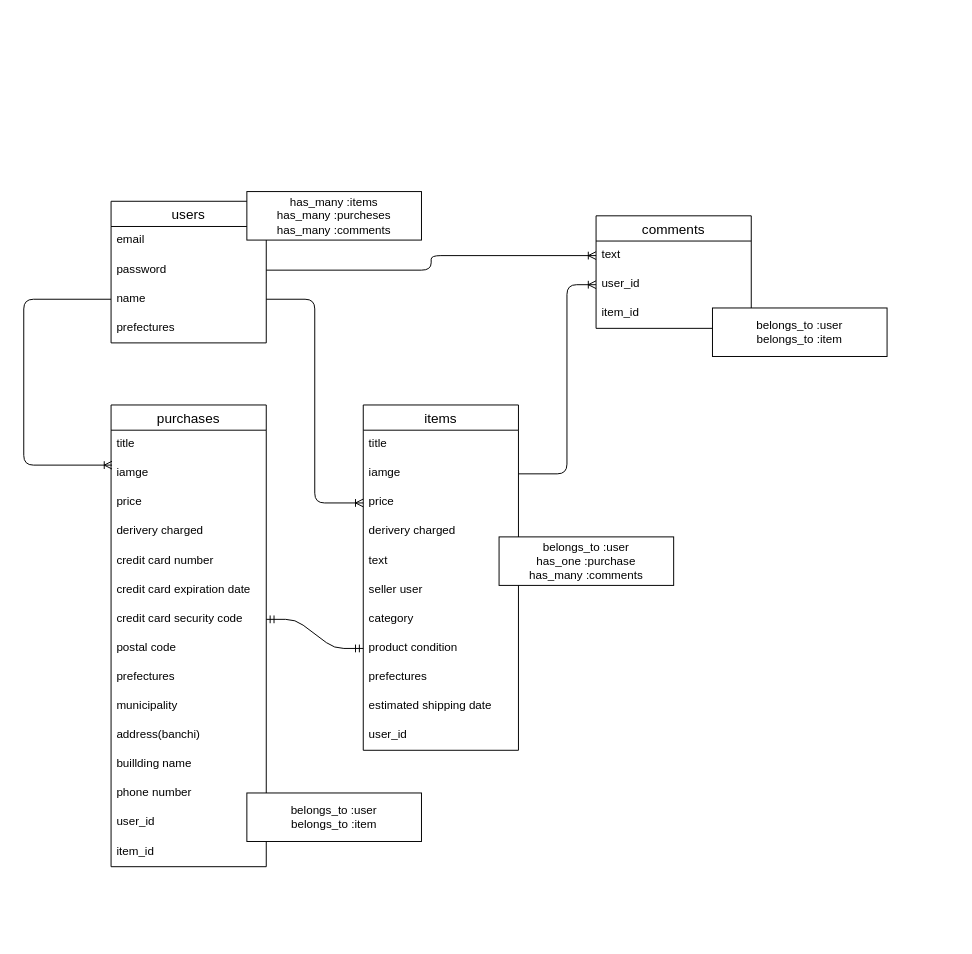
Above: ER.dio in onouchi/furima-34266 (draw.io), before the change. Source tidied: cells renumbered, new cells numbered last; positions are measured from the earlier drawing's top-left corner, leaving out a move shared by most shapes. Both pictures are drawn from the tidied source at 97%, with x=0, y=0 at pixel (23, 191).
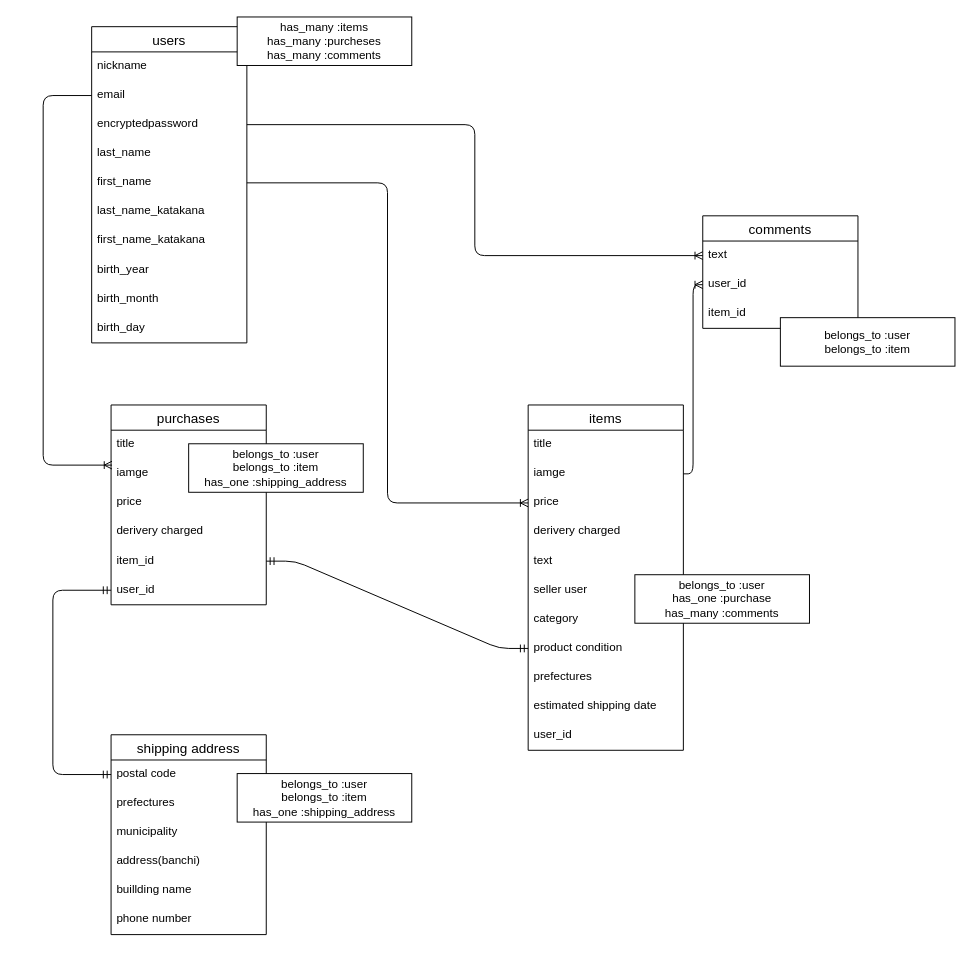
The same page after the edit.

Commit message (it also covers changes not shown here):
テーブル設計 3

Unchanged cells that the change refers to:
```xml
<mxCell id="9" value="iamge&#10;" style="text;strokeColor=none;fillColor=none;spacingLeft=4;spacingRight=4;overflow=hidden;points=[[0,0.5],[1,0.5]];portConstraint=eastwest;fontSize=12;" parent="7" vertex="1">
  <mxGeometry y="56" width="160" height="30" as="geometry" />
</mxCell>
<mxCell id="10" value="price&#10;" style="text;strokeColor=none;fillColor=none;spacingLeft=4;spacingRight=4;overflow=hidden;points=[[0,0.5],[1,0.5]];portConstraint=eastwest;fontSize=12;" parent="7" vertex="1">
  <mxGeometry y="86" width="160" height="30" as="geometry" />
</mxCell>
<mxCell id="15" value="product condition" style="text;strokeColor=none;fillColor=none;spacingLeft=4;spacingRight=4;overflow=hidden;points=[[0,0.5],[1,0.5]];portConstraint=eastwest;fontSize=12;" parent="7" vertex="1">
  <mxGeometry y="236" width="160" height="30" as="geometry" />
</mxCell>
<mxCell id="21" value="iamge&#10;" style="text;strokeColor=none;fillColor=none;spacingLeft=4;spacingRight=4;overflow=hidden;points=[[0,0.5],[1,0.5]];portConstraint=eastwest;fontSize=12;" parent="19" vertex="1">
  <mxGeometry y="56" width="160" height="30" as="geometry" />
</mxCell>
<mxCell id="40" value="user_id" style="text;strokeColor=none;fillColor=none;spacingLeft=4;spacingRight=4;overflow=hidden;points=[[0,0.5],[1,0.5]];portConstraint=eastwest;fontSize=12;" parent="38" vertex="1">
  <mxGeometry y="56" width="160" height="30" as="geometry" />
</mxCell>
```

Change to the diagram source:
```diff
@@
     <mxCell id="2" value="users" style="swimlane;fontStyle=0;horizontal=1;startSize=26;align=center;fontSize=14;" parent="1" vertex="1">
-      <mxGeometry x="90" y="10" width="160" height="146" as="geometry" />
+      <mxGeometry x="70" y="-170" width="160" height="326" as="geometry" />
     </mxCell>
+    <mxCell id="5" value="nickname" style="text;strokeColor=none;fillColor=none;spacingLeft=4;spacingRight=4;overflow=hidden;points=[[0,0.5],[1,0.5]];portConstraint=eastwest;fontSize=12;" parent="2" vertex="1">
+      <mxGeometry y="26" width="160" height="30" as="geometry" />
+    </mxCell>
     <mxCell id="3" value="email" style="text;strokeColor=none;fillColor=none;spacingLeft=4;spacingRight=4;overflow=hidden;points=[[0,0.5],[1,0.5]];portConstraint=eastwest;fontSize=12;" parent="2" vertex="1">
-      <mxGeometry y="26" width="160" height="30" as="geometry" />
+      <mxGeometry y="56" width="160" height="30" as="geometry" />
     </mxCell>
-    <mxCell id="4" value="password" style="text;strokeColor=none;fillColor=none;spacingLeft=4;spacingRight=4;overflow=hidden;points=[[0,0.5],[1,0.5]];portConstraint=eastwest;fontSize=12;" parent="2" vertex="1">
-      <mxGeometry y="56" width="160" height="30" as="geometry" />
+    <mxCell id="4" value="encryptedpassword" style="text;strokeColor=none;fillColor=none;spacingLeft=4;spacingRight=4;overflow=hidden;points=[[0,0.5],[1,0.5]];portConstraint=eastwest;fontSize=12;" parent="2" vertex="1">
+      <mxGeometry y="86" width="160" height="30" as="geometry" />
     </mxCell>
-    <mxCell id="5" value="name" style="text;strokeColor=none;fillColor=none;spacingLeft=4;spacingRight=4;overflow=hidden;points=[[0,0.5],[1,0.5]];portConstraint=eastwest;fontSize=12;" parent="2" vertex="1">
-      <mxGeometry y="86" width="160" height="30" as="geometry" />
-    </mxCell>
-    <mxCell id="6" value="prefectures" style="text;strokeColor=none;fillColor=none;spacingLeft=4;spacingRight=4;overflow=hidden;fontSize=12;" parent="2" vertex="1">
+    <mxCell id="6" value="last_name" style="text;strokeColor=none;fillColor=none;spacingLeft=4;spacingRight=4;overflow=hidden;fontSize=12;" parent="2" vertex="1">
       <mxGeometry y="116" width="160" height="30" as="geometry" />
     </mxCell>
+    <mxCell id="48" value="first_name" style="text;strokeColor=none;fillColor=none;spacingLeft=4;spacingRight=4;overflow=hidden;points=[[0,0.5],[1,0.5]];portConstraint=eastwest;fontSize=12;" parent="2" vertex="1">
+      <mxGeometry y="146" width="160" height="30" as="geometry" />
+    </mxCell>
+    <mxCell id="49" value="last_name_katakana " style="text;strokeColor=none;fillColor=none;spacingLeft=4;spacingRight=4;overflow=hidden;fontSize=12;" parent="2" vertex="1">
+      <mxGeometry y="176" width="160" height="30" as="geometry" />
+    </mxCell>
+    <mxCell id="50" value="first_name_katakana" style="text;strokeColor=none;fillColor=none;spacingLeft=4;spacingRight=4;overflow=hidden;fontSize=12;" parent="2" vertex="1">
+      <mxGeometry y="206" width="160" height="30" as="geometry" />
+    </mxCell>
+    <mxCell id="51" value="birth_year" style="text;strokeColor=none;fillColor=none;spacingLeft=4;spacingRight=4;overflow=hidden;fontSize=12;" parent="2" vertex="1">
+      <mxGeometry y="236" width="160" height="30" as="geometry" />
+    </mxCell>
+    <mxCell id="52" value="birth_month" style="text;strokeColor=none;fillColor=none;spacingLeft=4;spacingRight=4;overflow=hidden;fontSize=12;" parent="2" vertex="1">
+      <mxGeometry y="266" width="160" height="30" as="geometry" />
+    </mxCell>
+    <mxCell id="53" value="birth_day" style="text;strokeColor=none;fillColor=none;spacingLeft=4;spacingRight=4;overflow=hidden;fontSize=12;" parent="2" vertex="1">
+      <mxGeometry y="296" width="160" height="30" as="geometry" />
+    </mxCell>
     <mxCell id="7" value="items" style="swimlane;fontStyle=0;horizontal=1;startSize=26;align=center;fontSize=14;" parent="1" vertex="1">
-      <mxGeometry x="350" y="220" width="160" height="356" as="geometry" />
+      <mxGeometry x="520" y="220" width="160" height="356" as="geometry" />
     </mxCell>
@@
     <mxCell id="19" value="purchases" style="swimlane;fontStyle=0;horizontal=1;startSize=26;align=center;fontSize=14;" parent="1" vertex="1">
-      <mxGeometry x="90" y="220" width="160" height="476" as="geometry" />
+      <mxGeometry x="90" y="220" width="160" height="206" as="geometry" />
     </mxCell>
@@
-    <mxCell id="24" value="credit card number" style="text;strokeColor=none;fillColor=none;spacingLeft=4;spacingRight=4;overflow=hidden;fontSize=12;" parent="19" vertex="1">
-      <mxGeometry y="146" width="160" height="30" as="geometry" />
-    </mxCell>
-    <mxCell id="25" value="credit card expiration date" style="text;strokeColor=none;fillColor=none;spacingLeft=4;spacingRight=4;overflow=hidden;fontSize=12;" parent="19" vertex="1">
-      <mxGeometry y="176" width="160" height="30" as="geometry" />
-    </mxCell>
-    <mxCell id="26" value="credit card security code" style="text;strokeColor=none;fillColor=none;spacingLeft=4;spacingRight=4;overflow=hidden;points=[[0,0.5],[1,0.5]];portConstraint=eastwest;fontSize=12;" parent="19" vertex="1">
-      <mxGeometry y="206" width="160" height="30" as="geometry" />
-    </mxCell>
-    <mxCell id="27" value="postal code" style="text;strokeColor=none;fillColor=none;spacingLeft=4;spacingRight=4;overflow=hidden;points=[[0,0.5],[1,0.5]];portConstraint=eastwest;fontSize=12;" parent="19" vertex="1">
-      <mxGeometry y="236" width="160" height="30" as="geometry" />
-    </mxCell>
-    <mxCell id="28" value="prefectures" style="text;strokeColor=none;fillColor=none;spacingLeft=4;spacingRight=4;overflow=hidden;fontSize=12;" parent="19" vertex="1">
-      <mxGeometry y="266" width="160" height="30" as="geometry" />
-    </mxCell>
-    <mxCell id="29" value="municipality" style="text;strokeColor=none;fillColor=none;spacingLeft=4;spacingRight=4;overflow=hidden;fontSize=12;" parent="19" vertex="1">
-      <mxGeometry y="296" width="160" height="30" as="geometry" />
-    </mxCell>
-    <mxCell id="30" value="address(banchi)" style="text;strokeColor=none;fillColor=none;spacingLeft=4;spacingRight=4;overflow=hidden;fontSize=12;" parent="19" vertex="1">
-      <mxGeometry y="326" width="160" height="30" as="geometry" />
-    </mxCell>
-    <mxCell id="31" value="buillding name" style="text;strokeColor=none;fillColor=none;spacingLeft=4;spacingRight=4;overflow=hidden;fontSize=12;" parent="19" vertex="1">
-      <mxGeometry y="356" width="160" height="30" as="geometry" />
-    </mxCell>
-    <mxCell id="32" value="phone number" style="text;strokeColor=none;fillColor=none;spacingLeft=4;spacingRight=4;overflow=hidden;fontSize=12;" parent="19" vertex="1">
-      <mxGeometry y="386" width="160" height="30" as="geometry" />
-    </mxCell>
+    <mxCell id="34" value="item_id" style="text;strokeColor=none;fillColor=none;spacingLeft=4;spacingRight=4;overflow=hidden;fontSize=12;" parent="19" vertex="1">
+      <mxGeometry y="146" width="160" height="30" as="geometry" />
+    </mxCell>
     <mxCell id="33" value="user_id" style="text;strokeColor=none;fillColor=none;spacingLeft=4;spacingRight=4;overflow=hidden;points=[[0,0.5],[1,0.5]];portConstraint=eastwest;fontSize=12;" parent="19" vertex="1">
-      <mxGeometry y="416" width="160" height="30" as="geometry" />
+      <mxGeometry y="176" width="160" height="30" as="geometry" />
     </mxCell>
-    <mxCell id="34" value="item_id" style="text;strokeColor=none;fillColor=none;spacingLeft=4;spacingRight=4;overflow=hidden;fontSize=12;" parent="19" vertex="1">
-      <mxGeometry y="446" width="160" height="30" as="geometry" />
-    </mxCell>
-    <mxCell id="35" style="fontSize=12;html=1;endArrow=ERoneToMany;exitX=1;exitY=0.5;exitDx=0;exitDy=0;entryX=0;entryY=0.5;entryDx=0;entryDy=0;edgeStyle=orthogonalEdgeStyle;" parent="1" edge="1" source="5" target="10">
+    <mxCell id="35" style="fontSize=12;html=1;endArrow=ERoneToMany;exitX=1;exitY=0.5;exitDx=0;exitDy=0;entryX=0;entryY=0.5;entryDx=0;entryDy=0;edgeStyle=orthogonalEdgeStyle;" parent="1" edge="1" source="48" target="10">
       <mxGeometry relative="1" as="geometry" />
     </mxCell>
-    <mxCell id="36" style="edgeStyle=entityRelationEdgeStyle;fontSize=12;html=1;endArrow=ERmandOne;startArrow=ERmandOne;entryX=0;entryY=0.5;entryDx=0;entryDy=0;exitX=1;exitY=0.5;exitDx=0;exitDy=0;" parent="1" edge="1" source="26" target="15">
-      <mxGeometry relative="1" as="geometry" />
+    <mxCell id="36" style="edgeStyle=entityRelationEdgeStyle;fontSize=12;html=1;endArrow=ERmandOne;startArrow=ERmandOne;entryX=0;entryY=0.5;entryDx=0;entryDy=0;exitX=1;exitY=0.5;exitDx=0;exitDy=0;" parent="1" edge="1" target="15">
+      <mxGeometry relative="1" as="geometry">
+        <mxPoint x="250" y="381" as="sourcePoint" />
+      </mxGeometry>
     </mxCell>
-    <mxCell id="37" style="edgeStyle=orthogonalEdgeStyle;fontSize=12;html=1;endArrow=ERoneToMany;entryX=0.006;entryY=0.2;entryDx=0;entryDy=0;exitX=0;exitY=0.5;exitDx=0;exitDy=0;entryPerimeter=0;" parent="1" edge="1" source="5" target="21">
+    <mxCell id="37" style="edgeStyle=elbowEdgeStyle;fontSize=12;html=1;endArrow=ERoneToMany;entryX=0.006;entryY=0.2;entryDx=0;entryDy=0;entryPerimeter=0;exitX=0;exitY=0.5;exitDx=0;exitDy=0;" parent="1" edge="1" source="3" target="21">
       <mxGeometry relative="1" as="geometry">
         <Array as="points">
-          <mxPoint y="111" />
-          <mxPoint y="282" />
+          <mxPoint x="20" y="90" />
         </Array>
       </mxGeometry>
     </mxCell>
     <mxCell id="38" value="comments" style="swimlane;fontStyle=0;horizontal=1;startSize=26;align=center;fontSize=14;" parent="1" vertex="1">
-      <mxGeometry x="590" y="25" width="160" height="116" as="geometry" />
+      <mxGeometry x="700" y="25" width="160" height="116" as="geometry" />
     </mxCell>
@@
-    <mxCell id="42" style="fontSize=12;html=1;endArrow=ERoneToMany;exitX=1;exitY=0.5;exitDx=0;exitDy=0;entryX=0;entryY=0.5;entryDx=0;entryDy=0;edgeStyle=orthogonalEdgeStyle;" parent="1" edge="1" source="9">
+    <mxCell id="42" style="fontSize=12;html=1;endArrow=ERoneToMany;exitX=1;exitY=0.5;exitDx=0;exitDy=0;entryX=0;entryY=0.5;entryDx=0;entryDy=0;edgeStyle=orthogonalEdgeStyle;" parent="1" edge="1" source="9" target="40">
       <mxGeometry relative="1" as="geometry">
-        <mxPoint x="590" y="96" as="targetPoint" />
         <Array as="points">
-          <mxPoint x="560" y="291" />
-          <mxPoint x="560" y="96" />
+          <mxPoint x="690" y="291" />
+          <mxPoint x="690" y="96" />
         </Array>
       </mxGeometry>
     </mxCell>
@@
     <mxCell id="44" value="has_many :items&lt;br&gt;has_many :purcheses&lt;br&gt;has_many :comments" style="whiteSpace=wrap;html=1;align=center;" parent="1" vertex="1">
-      <mxGeometry x="230" width="180" height="50" as="geometry" />
+      <mxGeometry x="220" y="-180" width="180" height="50" as="geometry" />
     </mxCell>
     <mxCell id="45" value="belongs_to :user&lt;br&gt;belongs_to :item&lt;span style=&quot;color: rgba(0 , 0 , 0 , 0) ; font-family: monospace ; font-size: 0px&quot;&gt;%3CmxGraphModel%3E%3Croot%3E%3CmxCell%20id%3D%220%22%2F%3E%3CmxCell%20id%3D%221%22%20parent%3D%220%22%2F%3E%3CmxCell%20id%3D%222%22%20value%3D%22belongs%20to%20%3Auser%26lt%3Bbr%26gt%3Bbelongs%20to%20%3Apurchase%26lt%3Bbr%26gt%3Bhas_many%20%3Acomments%22%20style%3D%22whiteSpace%3Dwrap%3Bhtml%3D1%3Balign%3Dcenter%3B%22%20vertex%3D%221%22%20parent%3D%221%22%3E%3CmxGeometry%20x%3D%22531%22%20y%3D%22536%22%20width%3D%22180%22%20height%3D%2250%22%20as%3D%22geometry%22%2F%3E%3C%2FmxCell%3E%3C%2Froot%3E%3C%2FmxGod&lt;br&gt;&lt;/span&gt;" style="whiteSpace=wrap;html=1;align=center;" parent="1" vertex="1">
-      <mxGeometry x="710" y="120" width="180" height="50" as="geometry" />
+      <mxGeometry x="780" y="130" width="180" height="50" as="geometry" />
     </mxCell>
     <mxCell id="46" value="belongs_to :user&lt;br&gt;has_one :purchase&lt;br&gt;has_many :comments" style="whiteSpace=wrap;html=1;align=center;" parent="1" vertex="1">
-      <mxGeometry x="490" y="356" width="180" height="50" as="geometry" />
+      <mxGeometry x="630" y="395" width="180" height="50" as="geometry" />
     </mxCell>
-    <mxCell id="47" value="belongs_to :user&lt;br&gt;belongs_to :item&lt;span style=&quot;color: rgba(0 , 0 , 0 , 0) ; font-family: monospace ; font-size: 0px&quot;&gt;%3CmxGraphModel%3E%3Croot%3E%3CmxCell%20id%3D%220%22%2F%3E%3CmxCell%20id%3D%221%22%20parent%3D%220%22%2F%3E%3CmxCell%20id%3D%222%22%20value%3D%22belongs%20to%20%3Auser%26lt%3Bbr%26gt%3Bbelongs%20to%20%3Apurchase%26lt%3Bbr%26gt%3Bhas_many%20%3Acomments%22%20style%3D%22whiteSpace%3Dwrap%3Bhtml%3D1%3Balign%3Dcenter%3B%22%20vertex%3D%221%22%20parent%3D%221%22%3E%3CmxGeometry%20x%3D%22531%22%20y%3D%22536%22%20width%3D%22180%22%20height%3D%2250%22%20as%3D%22geometry%22%2F%3E%3C%2FmxCell%3E%3C%2Froot%3E%3C%2FmxGraphModel%3&lt;br&gt;&lt;/span&gt;" style="whiteSpace=wrap;html=1;align=center;" parent="1" vertex="1">
-      <mxGeometry x="230" y="620" width="180" height="50" as="geometry" />
+    <mxCell id="47" value="belongs_to :user&lt;br&gt;belongs_to :item&lt;br&gt;has_one :shipping_address&lt;span style=&quot;color: rgba(0 , 0 , 0 , 0) ; font-family: monospace ; font-size: 0px&quot;&gt;ha%3CmxGraphModel%3E%3Croot%3E%3CmxCell%20id%3D%220%22%2F%3E%3CmxCell%20id%3D%221%22%20parent%3D%220%22%2F%3E%3CmxCell%20id%3D%222%22%20value%3D%22belongs%20to%20%3Auser%26lt%3Bbr%26gt%3Bbelongs%20to%20%3Apurchase%26lt%3Bbr%26gt%3Bhas_many%20%3Acomments%22%20style%3D%22whiteSpace%3Dwrap%3Bhtml%3D1%3Balign%3Dcenter%3B%22%20vertex%3D%221%22%20parent%3D%221%22%3E%3CmxGeometry%20x%3D%22531%22%20y%3D%22536%22%20width%3D%22180%22%20height%3D%2250%22%20as%3D%22geometry%22%2F%3E%3C%2FmxCell%3E%3C%2Froot%3E%3C%2FmxGraphModel%3&lt;br&gt;&lt;/span&gt;" style="whiteSpace=wrap;html=1;align=center;" parent="1" vertex="1">
+      <mxGeometry x="170" y="260" width="180" height="50" as="geometry" />
     </mxCell>
+    <mxCell id="54" value="shipping address" style="swimlane;fontStyle=0;horizontal=1;startSize=26;align=center;fontSize=14;" parent="1" vertex="1">
+      <mxGeometry x="90" y="560" width="160" height="206" as="geometry" />
+    </mxCell>
+    <mxCell id="27" value="postal code" style="text;strokeColor=none;fillColor=none;spacingLeft=4;spacingRight=4;overflow=hidden;points=[[0,0.5],[1,0.5]];portConstraint=eastwest;fontSize=12;" parent="54" vertex="1">
+      <mxGeometry y="26" width="160" height="30" as="geometry" />
+    </mxCell>
+    <mxCell id="28" value="prefectures" style="text;strokeColor=none;fillColor=none;spacingLeft=4;spacingRight=4;overflow=hidden;fontSize=12;" parent="54" vertex="1">
+      <mxGeometry y="56" width="160" height="30" as="geometry" />
+    </mxCell>
+    <mxCell id="29" value="municipality" style="text;strokeColor=none;fillColor=none;spacingLeft=4;spacingRight=4;overflow=hidden;fontSize=12;" parent="54" vertex="1">
+      <mxGeometry y="86" width="160" height="30" as="geometry" />
+    </mxCell>
+    <mxCell id="30" value="address(banchi)" style="text;strokeColor=none;fillColor=none;spacingLeft=4;spacingRight=4;overflow=hidden;fontSize=12;" parent="54" vertex="1">
+      <mxGeometry y="116" width="160" height="30" as="geometry" />
+    </mxCell>
+    <mxCell id="31" value="buillding name" style="text;strokeColor=none;fillColor=none;spacingLeft=4;spacingRight=4;overflow=hidden;fontSize=12;" parent="54" vertex="1">
+      <mxGeometry y="146" width="160" height="30" as="geometry" />
+    </mxCell>
+    <mxCell id="32" value="phone number" style="text;strokeColor=none;fillColor=none;spacingLeft=4;spacingRight=4;overflow=hidden;fontSize=12;" parent="54" vertex="1">
+      <mxGeometry y="176" width="160" height="30" as="geometry" />
+    </mxCell>
+    <mxCell id="55" style="edgeStyle=elbowEdgeStyle;fontSize=12;html=1;endArrow=ERmandOne;startArrow=ERmandOne;entryX=0;entryY=0.5;entryDx=0;entryDy=0;exitX=0;exitY=0.5;exitDx=0;exitDy=0;" parent="1" edge="1" source="33" target="27">
+      <mxGeometry relative="1" as="geometry">
+        <Array as="points">
+          <mxPoint x="30" y="510" />
+        </Array>
+      </mxGeometry>
+    </mxCell>
+    <mxCell id="56" value="belongs_to :user&lt;br&gt;belongs_to :item&lt;br&gt;has_one :shipping_address&lt;span style=&quot;color: rgba(0 , 0 , 0 , 0) ; font-family: monospace ; font-size: 0px&quot;&gt;ha%3CmxGraphModel%3E%3Croot%3E%3CmxCell%20id%3D%220%22%2F%3E%3CmxCell%20id%3D%221%22%20parent%3D%220%22%2F%3E%3CmxCell%20id%3D%222%22%20value%3D%22belongs%20to%20%3Auser%26lt%3Bbr%26gt%3Bbelongs%20to%20%3Apurchase%26lt%3Bbr%26gt%3Bhas_many%20%3Acomments%22%20style%3D%22whiteSpace%3Dwrap%3Bhtml%3D1%3Balign%3Dcenter%3B%22%20vertex%3D%221%22%20parent%3D%221%22%3E%3CmxGeometry%20x%3D%22531%22%20y%3D%22536%22%20width%3D%22180%22%20height%3D%2250%22%20as%3D%22geometry%22%2F%3E%3C%2FmxCell%3E%3C%2Froot%3E%3C%2FmxGraphModel%3&lt;br&gt;&lt;/span&gt;" style="whiteSpace=wrap;html=1;align=center;" parent="1" vertex="1">
+      <mxGeometry x="220" y="600" width="180" height="50" as="geometry" />
+    </mxCell>
```
